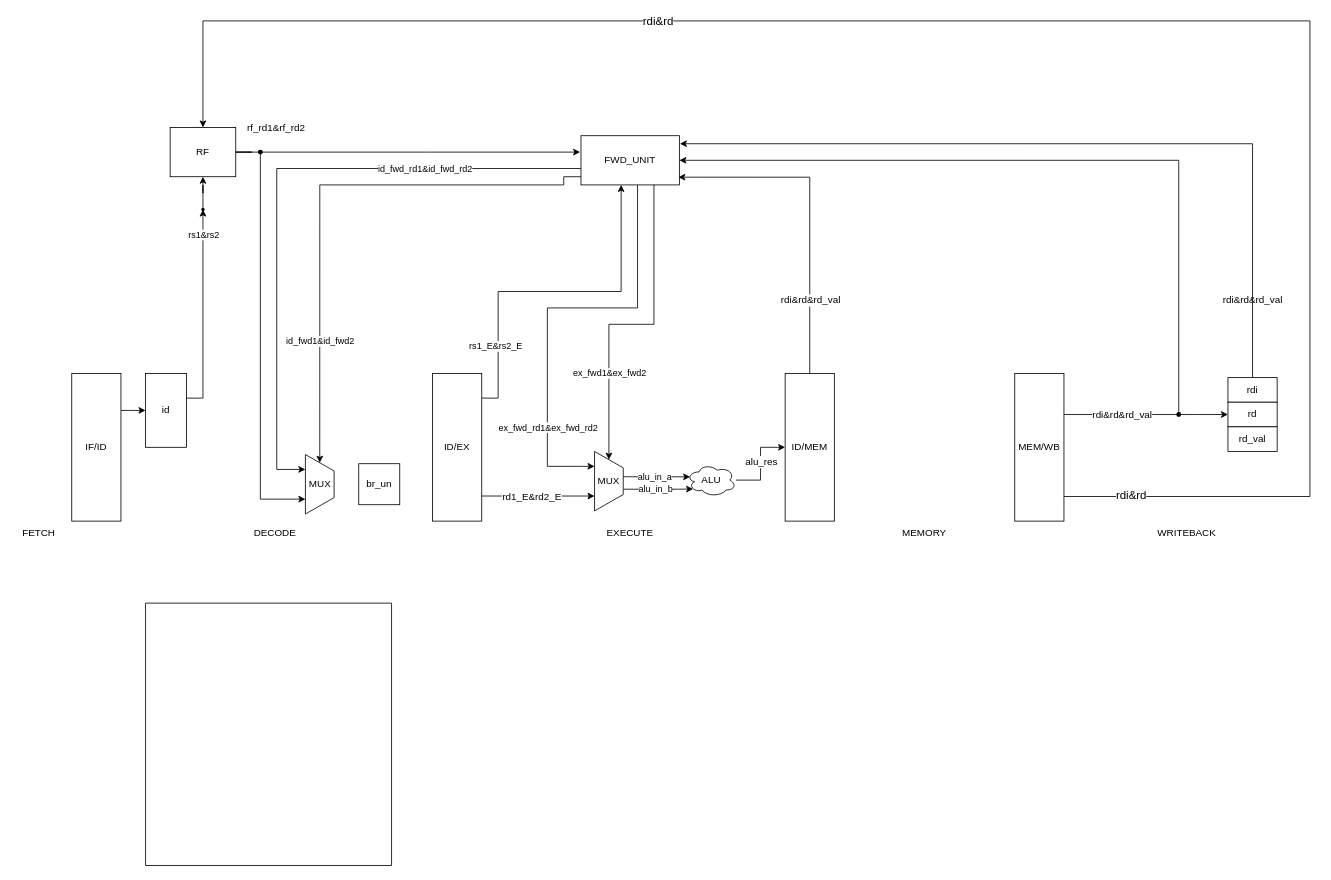
Above: docs/forwarding.drawio in IlyaManishin/riscv_pipeline_model (draw.io), before the change. Source tidied: cells renumbered, new cells numbered last; positions are measured from the earlier drawing's top-left corner, leaving out a move shared by most shapes. Both pictures are drawn from the tidied source at 82%, with x=0, y=0 at pixel (14, 20).
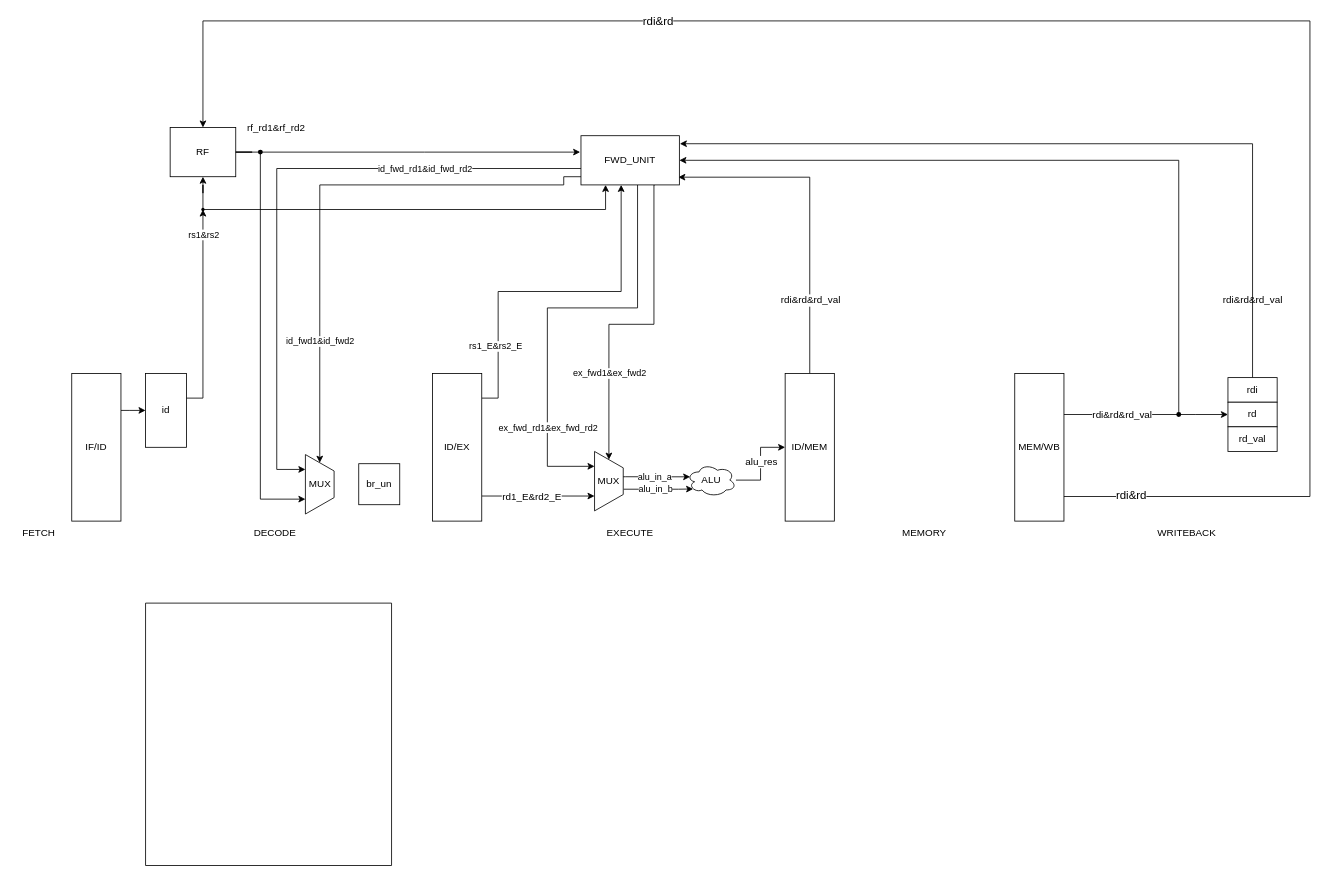
The same diagram, later.

The change refers to these unchanged cells:
```xml
<mxCell id="32" value="FWD_UNIT" style="rounded=0;whiteSpace=wrap;html=1;" parent="1" vertex="1">
  <mxGeometry x="691" y="140" width="120" height="60" as="geometry" />
</mxCell>
<mxCell id="42" style="shape=waypoint;sketch=0;fillStyle=solid;size=6;points=[];fillColor=none;perimeter=centerPerimeter;snapToPoint=1;strokeWidth=0;" parent="1" vertex="1">
  <mxGeometry x="220" y="220" width="20" height="20" as="geometry" />
</mxCell>
```

The edit, as a diff of the source:
```diff
@@
+    <mxCell id="70" style="edgeStyle=orthogonalEdgeStyle;rounded=0;jettySize=auto;html=1;entryX=0.25;entryY=1;entryDx=0;entryDy=0;" parent="1" edge="1" source="42" target="32">
+      <mxGeometry relative="1" as="geometry" />
+    </mxCell>
```
